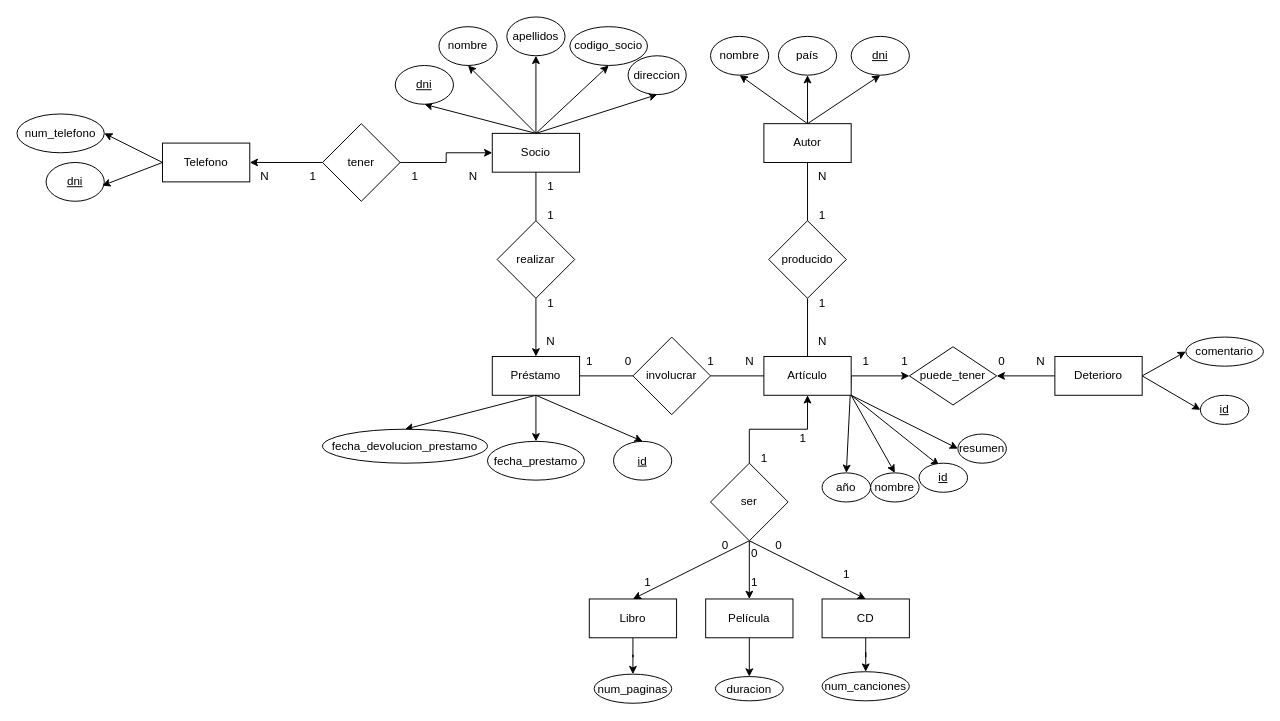
Before: ej6.drawio in adriii28/amr-tsys-C3U12-11102023, a draw.io diagram. Source tidied: cells renumbered, new cells numbered last; positions are measured from the earlier drawing's top-left corner, leaving out a move shared by most shapes. Both pictures are drawn from the tidied source at 97%, with x=0, y=0 at pixel (16, 16).
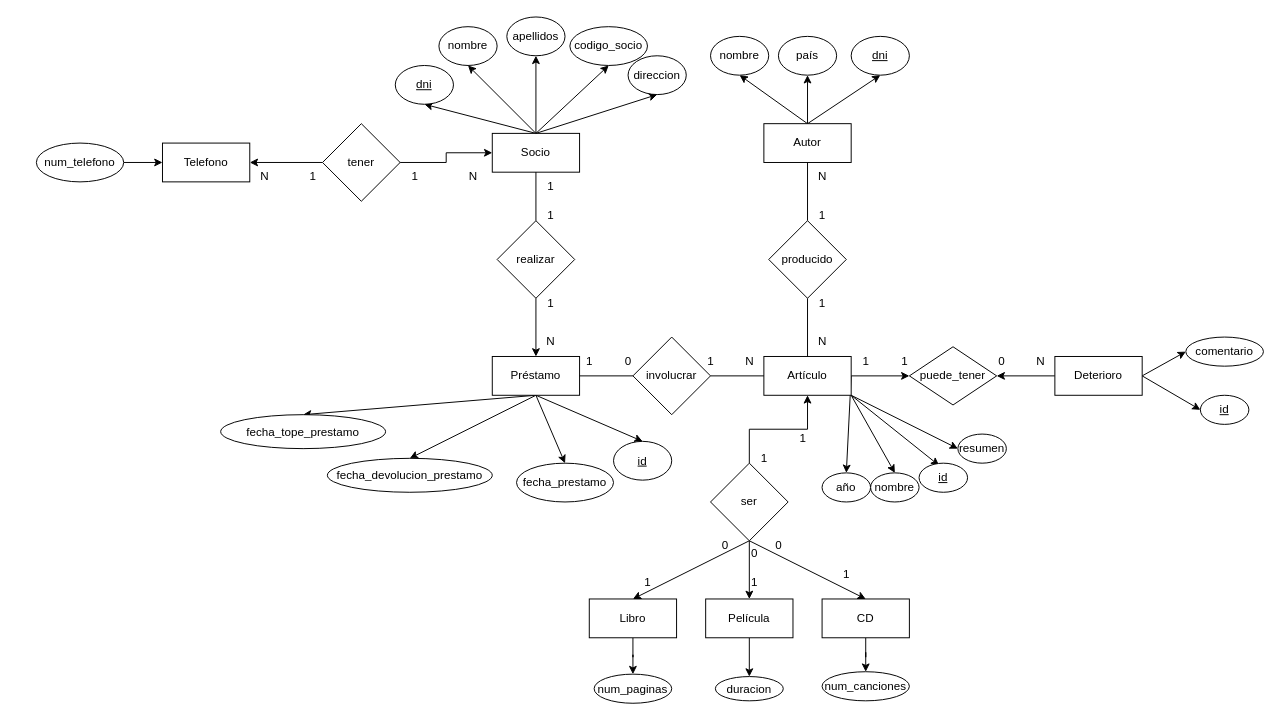
The same page after the edit.

The change refers to these unchanged cells:
```xml
<mxCell id="10" value="Telefono" style="rounded=0;whiteSpace=wrap;html=1;" parent="1" vertex="1">
  <mxGeometry x="150" y="130" width="90" height="40" as="geometry" />
</mxCell>
<mxCell id="30" value="Préstamo" style="rounded=0;whiteSpace=wrap;html=1;" parent="1" vertex="1">
  <mxGeometry x="490" y="350" width="90" height="40" as="geometry" />
</mxCell>
```

What changed in the source:
```diff
@@
+    <mxCell id="103" style="rounded=0;jettySize=auto;html=1;entryX=0.5;entryY=0;entryDx=0;entryDy=0;exitX=0.5;exitY=1;exitDx=0;exitDy=0;" parent="1" edge="1" source="30" target="104">
+      <mxGeometry relative="1" as="geometry" />
+    </mxCell>
@@
-    <mxCell id="44" style="rounded=0;jettySize=auto;html=1;exitX=0;exitY=0.5;exitDx=0;exitDy=0;entryX=1;entryY=0.5;entryDx=0;entryDy=0;" parent="1" edge="1" source="10" target="71">
+    <mxCell id="44" style="rounded=0;jettySize=auto;html=1;exitX=1;exitY=0.5;exitDx=0;exitDy=0;entryX=0;entryY=0.5;entryDx=0;entryDy=0;" parent="1" edge="1" source="71" target="10">
       <mxGeometry relative="1" as="geometry" />
     </mxCell>
@@
     <mxCell id="51" value="fecha_prestamo" style="ellipse;whiteSpace=wrap;html=1;" parent="1" vertex="1">
-      <mxGeometry x="485" y="437.5" width="100" height="40" as="geometry" />
+      <mxGeometry x="515" y="460" width="100" height="40" as="geometry" />
     </mxCell>
     <mxCell id="52" value="fecha_devolucion_prestamo" style="ellipse;whiteSpace=wrap;html=1;" parent="1" vertex="1">
-      <mxGeometry x="315" y="425" width="170" height="35" as="geometry" />
+      <mxGeometry x="320" y="455" width="170" height="35" as="geometry" />
     </mxCell>
@@
     <mxCell id="71" value="num_telefono" style="ellipse;whiteSpace=wrap;html=1;" parent="1" vertex="1">
-      <mxGeometry y="100" width="90" height="40" as="geometry" />
+      <mxGeometry x="20" y="130" width="90" height="40" as="geometry" />
     </mxCell>
-    <mxCell id="72" value="dni" style="ellipse;whiteSpace=wrap;html=1;fontStyle=4;" parent="1" vertex="1">
-      <mxGeometry x="30" y="150" width="60" height="40" as="geometry" />
-    </mxCell>
-    <mxCell id="73" style="edgeStyle=none;rounded=0;jettySize=auto;html=1;entryX=0.967;entryY=0.596;entryDx=0;entryDy=0;entryPerimeter=0;exitX=0;exitY=0.5;exitDx=0;exitDy=0;" parent="1" edge="1" source="10" target="72">
-      <mxGeometry relative="1" as="geometry" />
-    </mxCell>
@@
+    <mxCell id="104" value="fecha_tope_prestamo" style="ellipse;whiteSpace=wrap;html=1;" parent="1" vertex="1">
+      <mxGeometry x="210" y="410" width="170" height="35" as="geometry" />
+    </mxCell>
```
